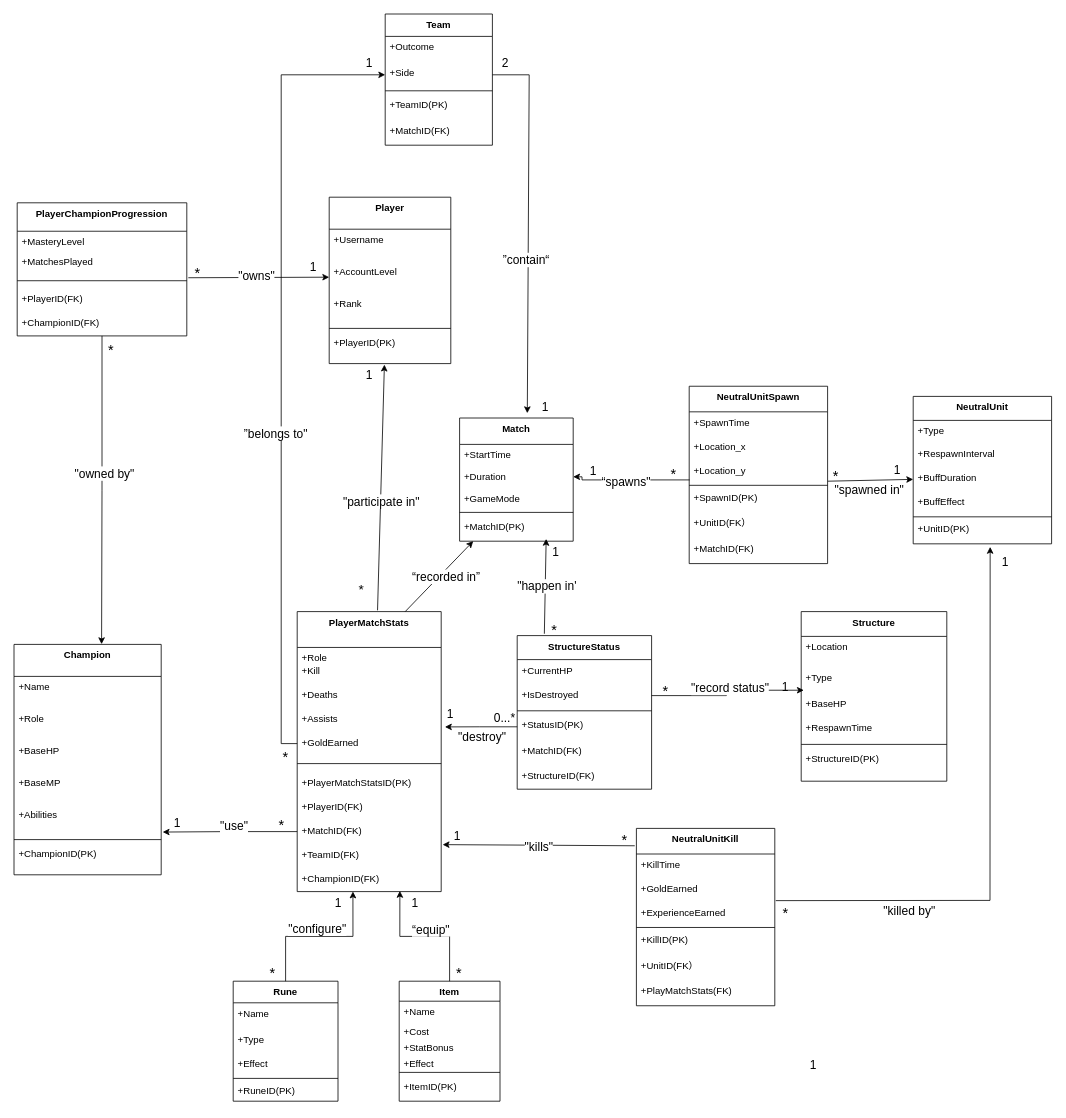
Earlier version of the draw.io diagram 测试1.drawio (mushroomAAA/draw.io). Source tidied: cells renumbered, new cells numbered last; positions are measured from the earlier drawing's top-left corner, leaving out a move shared by most shapes. Both pictures are drawn from the tidied source at 80%, with x=0, y=0 at pixel (14, 14).
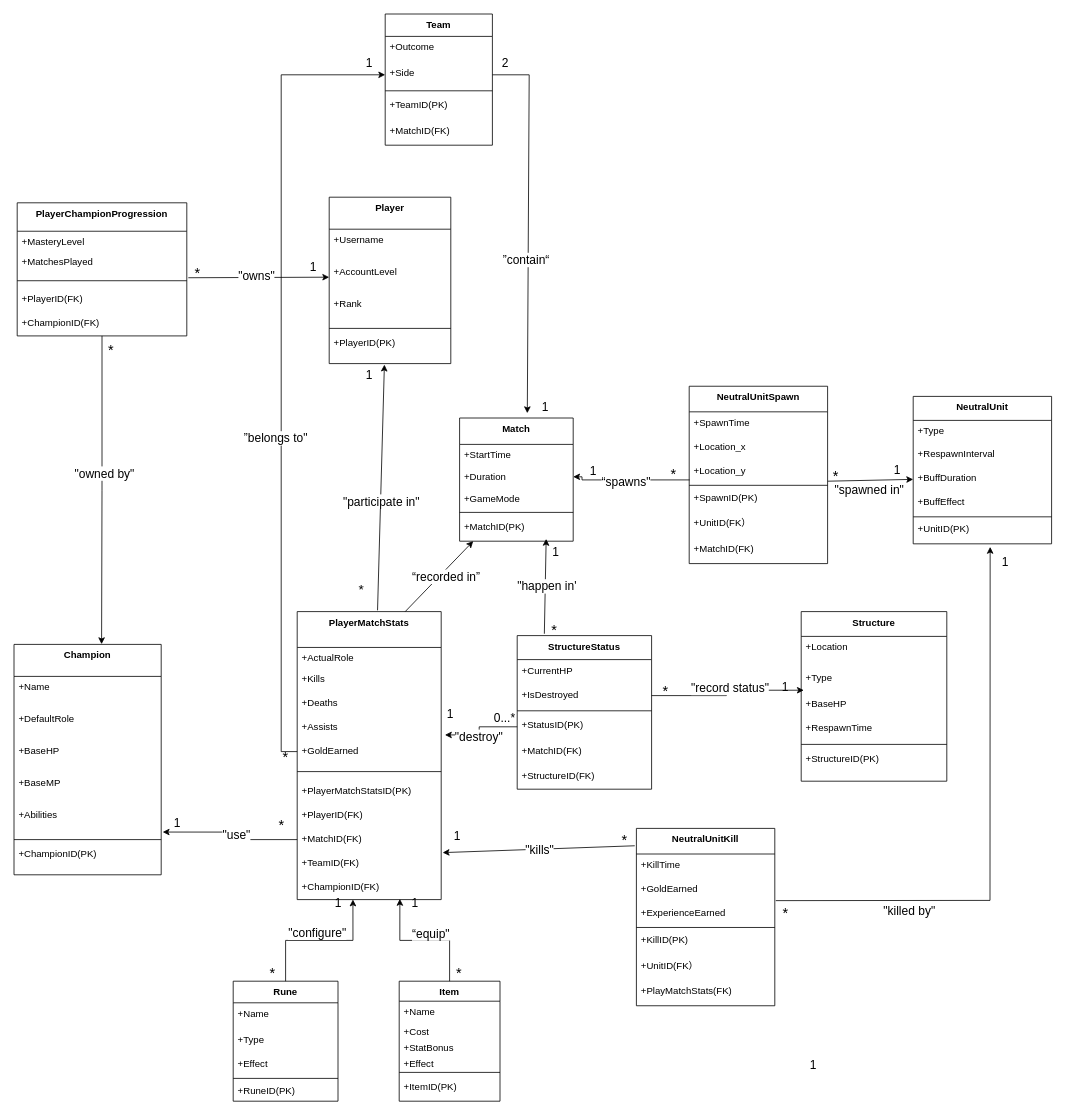
Above is the later version.

The change refers to these unchanged cells:
```xml
<mxCell id="28" value="Champion" style="swimlane;fontStyle=1;align=center;verticalAlign=top;horizontal=1;startSize=40;" parent="1" vertex="1">
  <mxGeometry y="788" width="184" height="288" as="geometry" />
</mxCell>
```

Diff of the diagram source:
```diff
@@
-    <mxCell id="30" value="+Role" style="text;strokeColor=none;fillColor=none;align=left;verticalAlign=top;spacingLeft=4;spacingRight=4;overflow=hidden;" parent="28" vertex="1">
+    <mxCell id="30" value="+DefaultRole" style="text;strokeColor=none;fillColor=none;align=left;verticalAlign=top;spacingLeft=4;spacingRight=4;overflow=hidden;" parent="28" vertex="1">
       <mxGeometry y="80" width="184" height="40" as="geometry" />
     </mxCell>
@@
     <mxCell id="61" value="PlayerMatchStats" style="swimlane;fontStyle=1;align=center;verticalAlign=top;horizontal=1;startSize=44.8;" parent="1" vertex="1">
-      <mxGeometry x="354" y="747" width="180" height="350" as="geometry" />
+      <mxGeometry x="354" y="747" width="180" height="360" as="geometry" />
     </mxCell>
-    <mxCell id="62" value="+Role" style="text;strokeColor=none;fillColor=none;align=left;verticalAlign=top;spacingLeft=4;spacingRight=4;overflow=hidden;" parent="61" vertex="1">
-      <mxGeometry y="44.8" width="180" height="15.2" as="geometry" />
+    <mxCell id="62" value="+ActualRole" style="text;strokeColor=none;fillColor=none;align=left;verticalAlign=top;spacingLeft=4;spacingRight=4;overflow=hidden;" parent="61" vertex="1">
+      <mxGeometry y="44.8" width="180" height="25.2" as="geometry" />
     </mxCell>
-    <mxCell id="63" value="+Kill" style="text;strokeColor=none;fillColor=none;align=left;verticalAlign=top;spacingLeft=4;spacingRight=4;overflow=hidden;" parent="61" vertex="1">
-      <mxGeometry y="60" width="180" height="30" as="geometry" />
+    <mxCell id="63" value="+Kills" style="text;strokeColor=none;fillColor=none;align=left;verticalAlign=top;spacingLeft=4;spacingRight=4;overflow=hidden;" parent="61" vertex="1">
+      <mxGeometry y="70" width="180" height="30" as="geometry" />
     </mxCell>
     <mxCell id="64" value="+Deaths" style="text;strokeColor=none;fillColor=none;align=left;verticalAlign=top;spacingLeft=4;spacingRight=4;overflow=hidden;" parent="61" vertex="1">
-      <mxGeometry y="90" width="180" height="30" as="geometry" />
+      <mxGeometry y="100" width="180" height="30" as="geometry" />
     </mxCell>
     <mxCell id="65" value="+Assists" style="text;strokeColor=none;fillColor=none;align=left;verticalAlign=top;spacingLeft=4;spacingRight=4;overflow=hidden;" parent="61" vertex="1">
-      <mxGeometry y="120" width="180" height="30" as="geometry" />
+      <mxGeometry y="130" width="180" height="30" as="geometry" />
     </mxCell>
     <mxCell id="66" value="+GoldEarned" style="text;strokeColor=none;fillColor=none;align=left;verticalAlign=top;spacingLeft=4;spacingRight=4;overflow=hidden;points=[[0,0.5],[1,0.5]];portConstraint=eastwest;" parent="61" vertex="1">
-      <mxGeometry y="150" width="180" height="30" as="geometry" />
+      <mxGeometry y="160" width="180" height="30" as="geometry" />
     </mxCell>
     <mxCell id="67" style="line;strokeWidth=1;fillColor=none;align=left;verticalAlign=middle;spacingTop=-1;spacingLeft=3;spacingRight=3;labelPosition=right;strokeColor=inherit;" parent="61" vertex="1">
-      <mxGeometry y="180" width="180" height="20" as="geometry" />
+      <mxGeometry y="190" width="180" height="20" as="geometry" />
     </mxCell>
     <mxCell id="68" value="+PlayerMatchStatsID(PK)" style="text;strokeColor=none;fillColor=none;align=left;verticalAlign=top;spacingLeft=4;spacingRight=4;overflow=hidden;" parent="61" vertex="1">
-      <mxGeometry y="200" width="180" height="30" as="geometry" />
+      <mxGeometry y="210" width="180" height="30" as="geometry" />
     </mxCell>
     <mxCell id="69" value="+PlayerID(FK)" style="text;strokeColor=none;fillColor=none;align=left;verticalAlign=top;spacingLeft=4;spacingRight=4;overflow=hidden;" parent="61" vertex="1">
-      <mxGeometry y="230" width="180" height="30" as="geometry" />
+      <mxGeometry y="240" width="180" height="30" as="geometry" />
     </mxCell>
     <mxCell id="70" value="+MatchID(FK)" style="text;strokeColor=none;fillColor=none;align=left;verticalAlign=top;spacingLeft=4;spacingRight=4;overflow=hidden;points=[[0,0.5],[1,0.5]];portConstraint=eastwest;" parent="61" vertex="1">
-      <mxGeometry y="260" width="180" height="30" as="geometry" />
+      <mxGeometry y="270" width="180" height="30" as="geometry" />
     </mxCell>
     <mxCell id="71" value="+TeamID(FK)" style="text;strokeColor=none;fillColor=none;align=left;verticalAlign=top;spacingLeft=4;spacingRight=4;overflow=hidden;points=[[0,0.5],[1,0.5]];portConstraint=eastwest;" parent="61" vertex="1">
-      <mxGeometry y="290" width="180" height="30" as="geometry" />
+      <mxGeometry y="300" width="180" height="30" as="geometry" />
     </mxCell>
     <mxCell id="72" value="+ChampionID(FK)" style="text;strokeColor=none;fillColor=none;align=left;verticalAlign=top;spacingLeft=4;spacingRight=4;overflow=hidden;points=[[0,0.5],[1,0.5]];portConstraint=eastwest;" parent="61" vertex="1">
-      <mxGeometry y="320" width="180" height="30" as="geometry" />
+      <mxGeometry y="330" width="180" height="30" as="geometry" />
     </mxCell>
```
